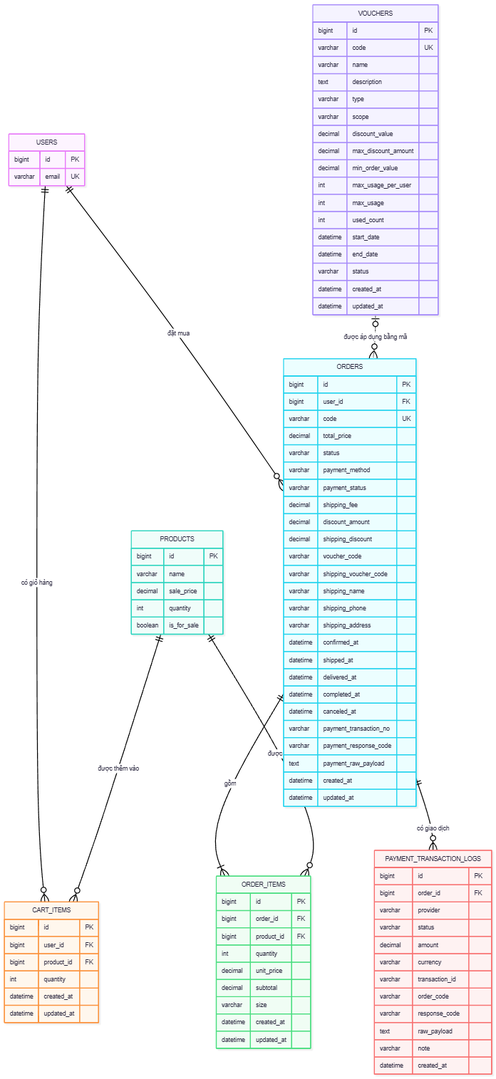
Before: docs/diagrams/image/ecommerce_order_model.png, a diagram exported from Mermaid (ZzZueszZ/digital-rental). Its source is kept beside it as docs/diagrams/mermaid/ecommerce_order_model.mmd. Its diagram source:
```mermaid
erDiagram
    USERS {
        bigint id PK
        varchar email UK
    }

    PRODUCTS {
        bigint id PK
        varchar name
        decimal sale_price
        int quantity
        boolean is_for_sale
    }

    CART_ITEMS {
        bigint id PK
        bigint user_id FK
        bigint product_id FK
        int quantity
        datetime created_at
        datetime updated_at
    }

    ORDERS {
        bigint id PK
        bigint user_id FK
        varchar code UK
        decimal total_price
        varchar status
        varchar payment_method
        varchar payment_status
        decimal shipping_fee
        decimal discount_amount
        decimal shipping_discount
        varchar voucher_code
        varchar shipping_voucher_code
        varchar shipping_name
        varchar shipping_phone
        varchar shipping_address
        datetime confirmed_at
        datetime shipped_at
        datetime delivered_at
        datetime completed_at
        datetime canceled_at
        varchar payment_transaction_no
        varchar payment_response_code
        text payment_raw_payload
        datetime created_at
        datetime updated_at
    }

    ORDER_ITEMS {
        bigint id PK
        bigint order_id FK
        bigint product_id FK
        int quantity
        decimal unit_price
        decimal subtotal
        varchar size
        datetime created_at
        datetime updated_at
    }

    VOUCHERS {
        bigint id PK
        varchar code UK
        varchar name
        text description
        varchar type
        varchar scope
        decimal discount_value
        decimal max_discount_amount
        decimal min_order_value
        int max_usage_per_user
        int max_usage
        int used_count
        datetime start_date
        datetime end_date
        varchar status
        datetime created_at
        datetime updated_at
    }

    PAYMENT_TRANSACTION_LOGS {
        bigint id PK
        bigint order_id FK
        varchar provider
        varchar status
        decimal amount
        varchar currency
        varchar transaction_id
        varchar order_code
        varchar response_code
        text raw_payload
        varchar note
        datetime created_at
    }

    USERS ||--o{ CART_ITEMS : "có giỏ hàng"
    PRODUCTS ||--o{ CART_ITEMS : "được thêm vào"

    USERS ||--o{ ORDERS : "đặt mua"
    ORDERS ||--|{ ORDER_ITEMS : "gồm"
    PRODUCTS ||--o{ ORDER_ITEMS : "được mua"

    ORDERS ||--o{ PAYMENT_TRANSACTION_LOGS : "có giao dịch"

    VOUCHERS |o..o{ ORDERS : "được áp dụng bằng mã"
```
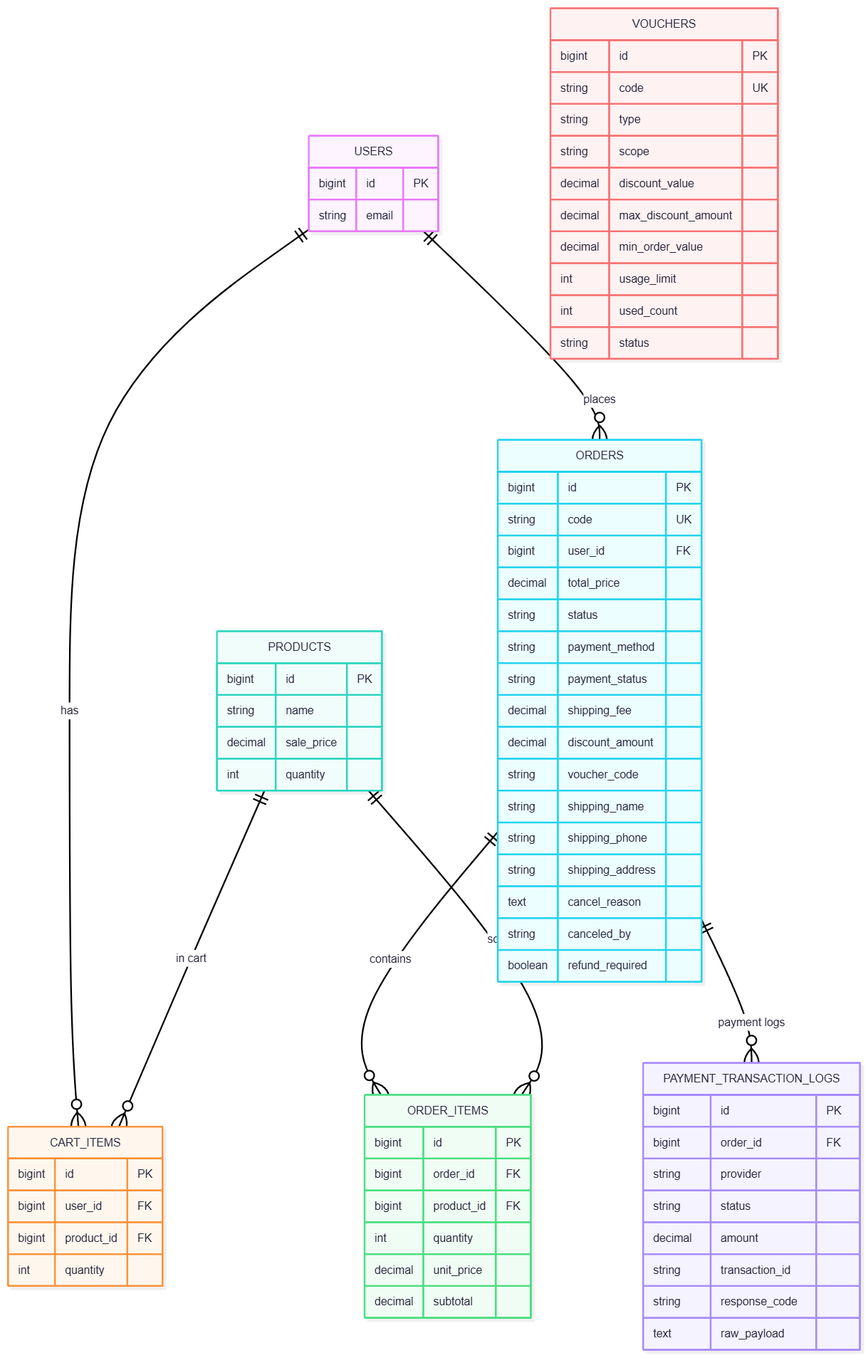
After the change.

What changed in the source:
```diff
@@ -1,15 +1,14 @@
 erDiagram
     USERS {
         bigint id PK
-        varchar email UK
+        string email
     }
 
     PRODUCTS {
         bigint id PK
-        varchar name
+        string name
         decimal sale_price
         int quantity
-        boolean is_for_sale
     }
 
     CART_ITEMS {
@@ -17,36 +16,25 @@
         bigint user_id FK
         bigint product_id FK
         int quantity
-        datetime created_at
-        datetime updated_at
     }
 
     ORDERS {
         bigint id PK
+        string code UK
         bigint user_id FK
-        varchar code UK
         decimal total_price
-        varchar status
-        varchar payment_method
-        varchar payment_status
+        string status
+        string payment_method
+        string payment_status
         decimal shipping_fee
         decimal discount_amount
-        decimal shipping_discount
-        varchar voucher_code
-        varchar shipping_voucher_code
-        varchar shipping_name
-        varchar shipping_phone
-        varchar shipping_address
-        datetime confirmed_at
-        datetime shipped_at
-        datetime delivered_at
-        datetime completed_at
-        datetime canceled_at
-        varchar payment_transaction_no
-        varchar payment_response_code
-        text payment_raw_payload
-        datetime created_at
-        datetime updated_at
+        string voucher_code
+        string shipping_name
+        string shipping_phone
+        string shipping_address
+        text cancel_reason
+        string canceled_by
+        boolean refund_required
     }
 
     ORDER_ITEMS {
@@ -56,53 +44,37 @@
         int quantity
         decimal unit_price
         decimal subtotal
-        varchar size
-        datetime created_at
-        datetime updated_at
-    }
-
-    VOUCHERS {
-        bigint id PK
-        varchar code UK
-        varchar name
-        text description
-        varchar type
-        varchar scope
-        decimal discount_value
-        decimal max_discount_amount
-        decimal min_order_value
-        int max_usage_per_user
-        int max_usage
-        int used_count
-        datetime start_date
-        datetime end_date
-        varchar status
-        datetime created_at
-        datetime updated_at
     }
 
     PAYMENT_TRANSACTION_LOGS {
         bigint id PK
         bigint order_id FK
-        varchar provider
-        varchar status
+        string provider
+        string status
         decimal amount
-        varchar currency
-        varchar transaction_id
-        varchar order_code
-        varchar response_code
+        string transaction_id
+        string response_code
         text raw_payload
-        varchar note
-        datetime created_at
     }
 
-    USERS ||--o{ CART_ITEMS : "có giỏ hàng"
-    PRODUCTS ||--o{ CART_ITEMS : "được thêm vào"
+    VOUCHERS {
+        bigint id PK
+        string code UK
+        string type
+        string scope
+        decimal discount_value
+        decimal max_discount_amount
+        decimal min_order_value
+        int usage_limit
+        int used_count
+        string status
+    }
 
-    USERS ||--o{ ORDERS : "đặt mua"
-    ORDERS ||--|{ ORDER_ITEMS : "gồm"
-    PRODUCTS ||--o{ ORDER_ITEMS : "được mua"
+    USERS ||--o{ CART_ITEMS : "has"
+    PRODUCTS ||--o{ CART_ITEMS : "in cart"
 
-    ORDERS ||--o{ PAYMENT_TRANSACTION_LOGS : "có giao dịch"
+    USERS ||--o{ ORDERS : "places"
+    ORDERS ||--o{ ORDER_ITEMS : "contains"
+    PRODUCTS ||--o{ ORDER_ITEMS : "sold"
 
-    VOUCHERS |o..o{ ORDERS : "được áp dụng bằng mã"
+    ORDERS ||--o{ PAYMENT_TRANSACTION_LOGS : "payment logs"
```
